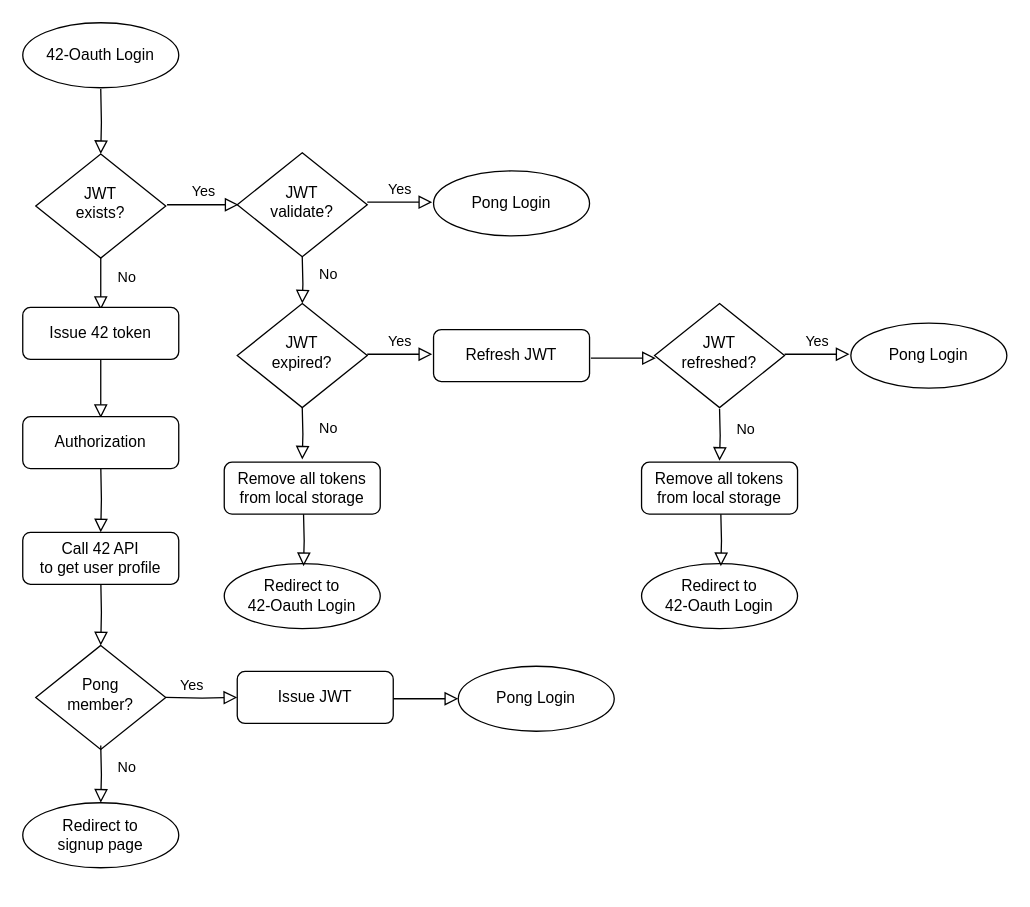
Before: transcendence-login.drawio in WallyPfister/transcendence, a draw.io diagram. Source tidied: cells renumbered, new cells numbered last; positions are measured from the earlier drawing's top-left corner, leaving out a move shared by most shapes. Both pictures are drawn from the tidied source at 130%, with x=0, y=0 at pixel (22, 22).
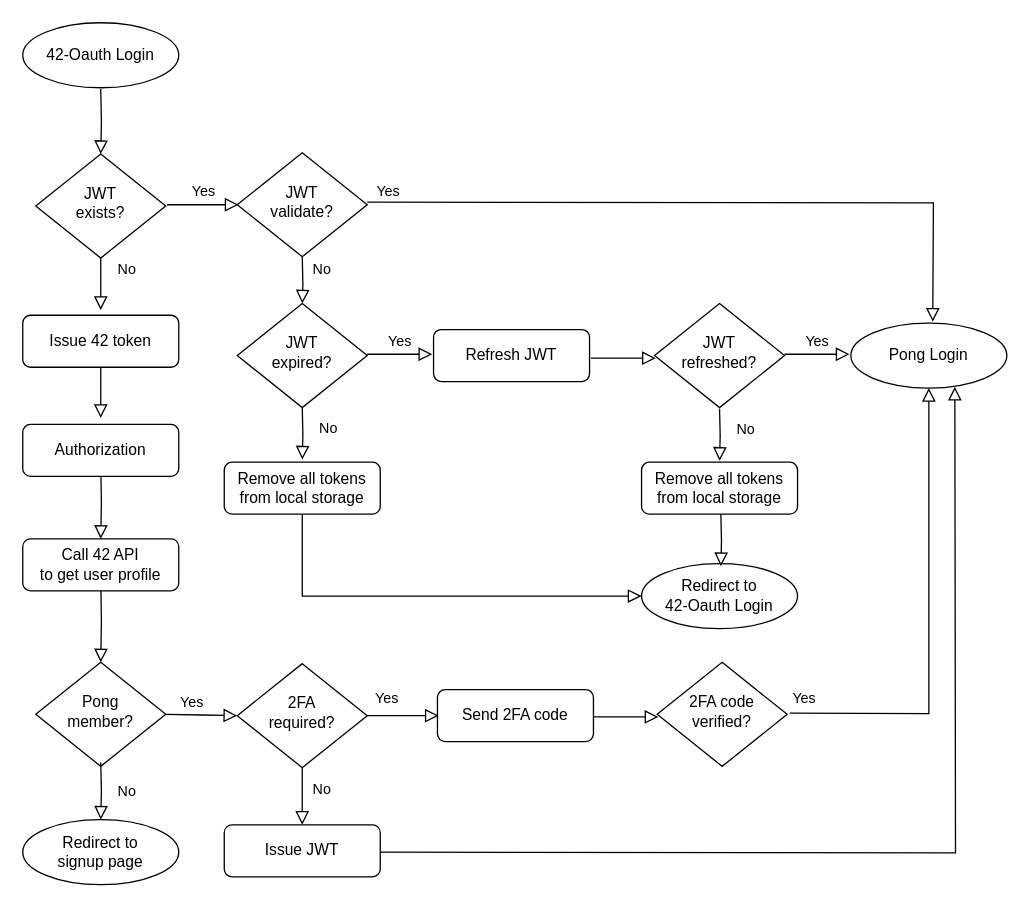
The same page after the edit.

Commit message (it also covers changes not shown here):
[DOCS] : Update login flowchart

The change refers to these unchanged cells:
```xml
<mxCell id="5" value="JWT&lt;br&gt;exists?" style="rhombus;whiteSpace=wrap;html=1;shadow=0;fontFamily=Helvetica;fontSize=12;align=center;strokeWidth=1;spacing=6;spacingTop=-4;" parent="1" vertex="1">
  <mxGeometry x="10" y="101" width="100" height="80" as="geometry" />
</mxCell>
<mxCell id="13" value="JWT&lt;br&gt;expired?" style="rhombus;whiteSpace=wrap;html=1;shadow=0;fontFamily=Helvetica;fontSize=12;align=center;strokeWidth=1;spacing=6;spacingTop=-4;" parent="1" vertex="1">
  <mxGeometry x="165" y="216" width="100" height="80" as="geometry" />
</mxCell>
<mxCell id="19" value="Pong Login" style="ellipse;whiteSpace=wrap;html=1;" parent="1" vertex="1">
  <mxGeometry x="637" y="231" width="120" height="50" as="geometry" />
</mxCell>
<mxCell id="22" value="Remove all tokens&lt;br&gt;from local storage" style="rounded=1;whiteSpace=wrap;html=1;fontSize=12;glass=0;strokeWidth=1;shadow=0;" parent="1" vertex="1">
  <mxGeometry x="155" y="338" width="120" height="40" as="geometry" />
</mxCell>
<mxCell id="24" value="Redirect to&lt;br&gt;42-Oauth Login" style="ellipse;whiteSpace=wrap;html=1;" parent="1" vertex="1">
  <mxGeometry x="476" y="416" width="120" height="50" as="geometry" />
</mxCell>
```

The edit, as a diff of the source:
```diff
@@
     <mxCell id="3" value="No" style="rounded=0;html=1;jettySize=auto;fontSize=11;endArrow=block;endFill=0;endSize=8;strokeWidth=1;shadow=0;labelBackgroundColor=none;edgeStyle=orthogonalEdgeStyle;" parent="1" edge="1" source="5">
-      <mxGeometry x="-0.25" y="20" relative="1" as="geometry">
+      <mxGeometry x="-0.56" y="20" relative="1" as="geometry">
         <mxPoint x="60" y="221" as="targetPoint" />
       </mxGeometry>
     </mxCell>
@@
     <mxCell id="9" value="Yes" style="edgeStyle=orthogonalEdgeStyle;rounded=0;html=1;jettySize=auto;orthogonalLoop=1;fontSize=11;endArrow=block;endFill=0;endSize=8;strokeWidth=1;shadow=0;labelBackgroundColor=none;" parent="1" edge="1">
-      <mxGeometry y="10" relative="1" as="geometry">
+      <mxGeometry x="-0.94" y="8" relative="1" as="geometry">
         <mxPoint x="265" y="138" as="sourcePoint" />
-        <mxPoint x="315" y="138" as="targetPoint" />
+        <mxPoint x="700" y="230" as="targetPoint" />
       </mxGeometry>
     </mxCell>
@@
-    <mxCell id="11" value="Pong Login" style="ellipse;whiteSpace=wrap;html=1;" parent="1" vertex="1">
-      <mxGeometry x="316" y="114" width="120" height="50" as="geometry" />
-    </mxCell>
     <mxCell id="12" value="No" style="rounded=0;html=1;jettySize=auto;fontSize=11;endArrow=block;endFill=0;endSize=8;strokeWidth=1;shadow=0;labelBackgroundColor=none;edgeStyle=orthogonalEdgeStyle;" parent="1" edge="1" target="13">
-      <mxGeometry x="-0.25" y="20" relative="1" as="geometry">
+      <mxGeometry x="-0.43" y="15" relative="1" as="geometry">
         <mxPoint x="215" y="180" as="sourcePoint" />
       </mxGeometry>
     </mxCell>
@@
-    <mxCell id="21" value="Redirect to&lt;br&gt;42-Oauth Login" style="ellipse;whiteSpace=wrap;html=1;" parent="1" vertex="1">
-      <mxGeometry x="155" y="416" width="120" height="50" as="geometry" />
-    </mxCell>
@@
-    <mxCell id="23" style="rounded=0;html=1;jettySize=auto;orthogonalLoop=1;fontSize=11;endArrow=block;endFill=0;endSize=8;strokeWidth=1;shadow=0;labelBackgroundColor=none;edgeStyle=orthogonalEdgeStyle;" parent="1" edge="1">
-      <mxGeometry x="-0.25" y="20" relative="1" as="geometry">
-        <mxPoint x="216" y="378" as="sourcePoint" />
-        <mxPoint x="216" y="418" as="targetPoint" />
-      </mxGeometry>
+    <mxCell id="23" style="rounded=0;html=1;jettySize=auto;fontSize=11;endArrow=block;endFill=0;endSize=8;strokeWidth=1;shadow=0;labelBackgroundColor=none;edgeStyle=orthogonalEdgeStyle;exitX=0.5;exitY=1;exitDx=0;exitDy=0;entryX=0;entryY=0.5;entryDx=0;entryDy=0;" parent="1" edge="1" source="22" target="24">
+      <mxGeometry x="-0.25" y="20" relative="1" as="geometry" />
     </mxCell>
@@
     <mxCell id="27" value="Issue 42 token" style="rounded=1;whiteSpace=wrap;html=1;fontSize=12;glass=0;strokeWidth=1;shadow=0;" parent="1" vertex="1">
-      <mxGeometry y="219" width="120" height="40" as="geometry" />
+      <mxGeometry y="225" width="120" height="40" as="geometry" />
     </mxCell>
@@
     <mxCell id="29" value="Authorization" style="rounded=1;whiteSpace=wrap;html=1;fontSize=12;glass=0;strokeWidth=1;shadow=0;" parent="1" vertex="1">
-      <mxGeometry y="303" width="120" height="40" as="geometry" />
+      <mxGeometry y="309" width="120" height="40" as="geometry" />
     </mxCell>
@@
     <mxCell id="31" value="Call 42 API&lt;br&gt;to get user profile" style="rounded=1;whiteSpace=wrap;html=1;fontSize=12;glass=0;strokeWidth=1;shadow=0;" parent="1" vertex="1">
-      <mxGeometry y="392" width="120" height="40" as="geometry" />
+      <mxGeometry y="397" width="120" height="40" as="geometry" />
     </mxCell>
     <mxCell id="32" value="Pong&lt;br&gt;member?" style="rhombus;whiteSpace=wrap;html=1;shadow=0;fontFamily=Helvetica;fontSize=12;align=center;strokeWidth=1;spacing=6;spacingTop=-4;" parent="1" vertex="1">
-      <mxGeometry x="10" y="479" width="100" height="80" as="geometry" />
+      <mxGeometry x="10" y="492" width="100" height="80" as="geometry" />
     </mxCell>
-    <mxCell id="33" value="Yes" style="edgeStyle=orthogonalEdgeStyle;rounded=0;html=1;jettySize=auto;fontSize=11;endArrow=block;endFill=0;endSize=8;strokeWidth=1;shadow=0;labelBackgroundColor=none;entryX=0;entryY=0.5;entryDx=0;entryDy=0;" parent="1" edge="1" target="36">
+    <mxCell id="33" value="Yes" style="edgeStyle=orthogonalEdgeStyle;rounded=0;html=1;jettySize=auto;fontSize=11;endArrow=block;endFill=0;endSize=8;strokeWidth=1;shadow=0;labelBackgroundColor=none;entryX=0;entryY=0.5;entryDx=0;entryDy=0;" parent="1" edge="1" target="39">
       <mxGeometry x="-0.29" y="9" relative="1" as="geometry">
-        <mxPoint x="110" y="519" as="sourcePoint" />
+        <mxPoint x="110" y="532" as="sourcePoint" />
       </mxGeometry>
     </mxCell>
     <mxCell id="34" value="No" style="rounded=0;html=1;jettySize=auto;fontSize=11;endArrow=block;endFill=0;endSize=8;strokeWidth=1;shadow=0;labelBackgroundColor=none;edgeStyle=orthogonalEdgeStyle;entryX=0.5;entryY=0;entryDx=0;entryDy=0;" parent="1" edge="1" target="35">
-      <mxGeometry x="-0.25" y="20" relative="1" as="geometry">
-        <mxPoint x="60" y="556" as="sourcePoint" />
+      <mxGeometry x="0.01" y="-20" relative="1" as="geometry">
+        <mxPoint x="60" y="569" as="sourcePoint" />
+        <mxPoint x="40" as="offset" />
       </mxGeometry>
     </mxCell>
     <mxCell id="35" value="Redirect to&lt;br&gt;signup page" style="ellipse;whiteSpace=wrap;html=1;" parent="1" vertex="1">
-      <mxGeometry y="600" width="120" height="50" as="geometry" />
+      <mxGeometry y="613" width="120" height="50" as="geometry" />
     </mxCell>
     <mxCell id="36" value="Issue JWT" style="rounded=1;whiteSpace=wrap;html=1;fontSize=12;glass=0;strokeWidth=1;shadow=0;" parent="1" vertex="1">
-      <mxGeometry x="165" y="499" width="120" height="40" as="geometry" />
+      <mxGeometry x="155" y="617" width="120" height="40" as="geometry" />
     </mxCell>
     <mxCell id="37" style="edgeStyle=orthogonalEdgeStyle;rounded=0;html=1;jettySize=auto;orthogonalLoop=1;fontSize=11;endArrow=block;endFill=0;endSize=8;strokeWidth=1;shadow=0;labelBackgroundColor=none;" parent="1" edge="1">
       <mxGeometry y="10" relative="1" as="geometry">
-        <mxPoint x="285" y="520" as="sourcePoint" />
-        <mxPoint x="335" y="520" as="targetPoint" />
+        <mxPoint x="275" y="638" as="sourcePoint" />
+        <mxPoint x="717" y="280" as="targetPoint" />
       </mxGeometry>
     </mxCell>
-    <mxCell id="38" value="Pong Login" style="ellipse;whiteSpace=wrap;html=1;" parent="1" vertex="1">
-      <mxGeometry x="335" y="495" width="120" height="50" as="geometry" />
-    </mxCell>
+    <mxCell id="39" value="2FA&lt;br&gt;required?" style="rhombus;whiteSpace=wrap;html=1;shadow=0;fontFamily=Helvetica;fontSize=12;align=center;strokeWidth=1;spacing=6;spacingTop=-4;" parent="1" vertex="1">
+      <mxGeometry x="165" y="493" width="100" height="80" as="geometry" />
+    </mxCell>
+    <mxCell id="40" value="Yes" style="edgeStyle=orthogonalEdgeStyle;rounded=0;html=1;jettySize=auto;orthogonalLoop=1;fontSize=11;endArrow=block;endFill=0;endSize=8;strokeWidth=1;shadow=0;labelBackgroundColor=none;entryX=0;entryY=0.5;entryDx=0;entryDy=0;" parent="1" edge="1">
+      <mxGeometry x="-0.45" y="13" relative="1" as="geometry">
+        <mxPoint x="265" y="533" as="sourcePoint" />
+        <mxPoint x="320" y="533" as="targetPoint" />
+      </mxGeometry>
+    </mxCell>
+    <mxCell id="41" value="No" style="rounded=0;html=1;jettySize=auto;orthogonalLoop=1;fontSize=11;endArrow=block;endFill=0;endSize=8;strokeWidth=1;shadow=0;labelBackgroundColor=none;edgeStyle=orthogonalEdgeStyle;entryX=0.5;entryY=0;entryDx=0;entryDy=0;" parent="1" edge="1">
+      <mxGeometry x="-0.23" y="15" relative="1" as="geometry">
+        <mxPoint x="215" y="573" as="sourcePoint" />
+        <mxPoint x="215" y="617" as="targetPoint" />
+      </mxGeometry>
+    </mxCell>
+    <mxCell id="42" value="Send 2FA code" style="rounded=1;whiteSpace=wrap;html=1;fontSize=12;glass=0;strokeWidth=1;shadow=0;" parent="1" vertex="1">
+      <mxGeometry x="319" y="513" width="120" height="40" as="geometry" />
+    </mxCell>
+    <mxCell id="43" style="edgeStyle=orthogonalEdgeStyle;rounded=0;html=1;jettySize=auto;orthogonalLoop=1;fontSize=11;endArrow=block;endFill=0;endSize=8;strokeWidth=1;shadow=0;labelBackgroundColor=none;" parent="1" edge="1">
+      <mxGeometry y="10" relative="1" as="geometry">
+        <mxPoint x="439" y="534" as="sourcePoint" />
+        <mxPoint x="489" y="534" as="targetPoint" />
+      </mxGeometry>
+    </mxCell>
+    <mxCell id="44" value="2FA code&lt;br&gt;verified?" style="rhombus;whiteSpace=wrap;html=1;shadow=0;fontFamily=Helvetica;fontSize=12;align=center;strokeWidth=1;spacing=6;spacingTop=-4;" parent="1" vertex="1">
+      <mxGeometry x="488" y="492" width="100" height="80" as="geometry" />
+    </mxCell>
+    <mxCell id="45" value="Yes" style="edgeStyle=orthogonalEdgeStyle;rounded=0;html=1;jettySize=auto;fontSize=11;endArrow=block;endFill=0;endSize=8;strokeWidth=1;shadow=0;labelBackgroundColor=none;entryX=0.5;entryY=1;entryDx=0;entryDy=0;" parent="1" edge="1" target="19">
+      <mxGeometry x="-0.94" y="11" relative="1" as="geometry">
+        <mxPoint x="590" y="531" as="sourcePoint" />
+      </mxGeometry>
+    </mxCell>
```
